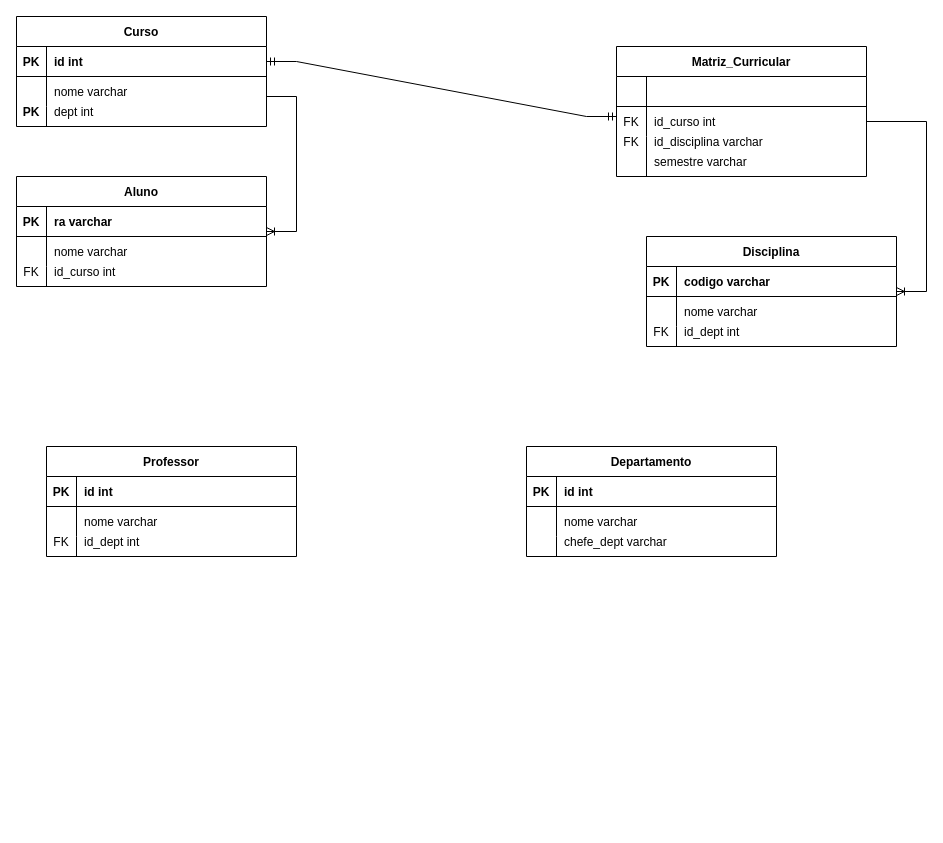
Earlier version of the draw.io diagram Relational Diagram.drawio (luiggigarcia/Academic_Database_UniversityModel). Source tidied: cells renumbered, new cells numbered last; positions are measured from the earlier drawing's top-left corner, leaving out a move shared by most shapes. Both pictures are drawn from the tidied source at 100%, with x=0, y=0 at pixel (16, 16).
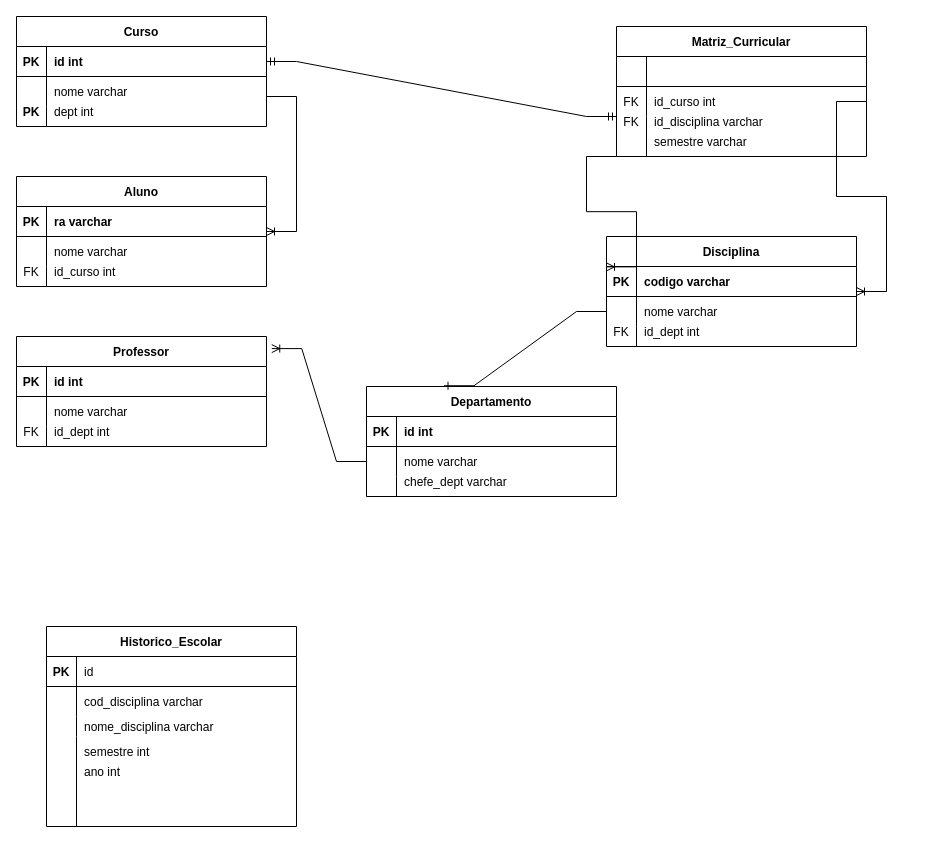
The same diagram, later.

Unchanged cells that the change refers to:
```xml
<mxCell id="15" style="shape=partialRectangle;fillColor=none;points=[[0,0.5],[1,0.5]];portConstraint=eastwest;top=0;left=0;right=0;bottom=0;" parent="11" vertex="1">
  <mxGeometry y="60" width="250" height="30" as="geometry" />
</mxCell>
<mxCell id="21" style="shape=partialRectangle;fillColor=none;points=[[0,0.5],[1,0.5]];portConstraint=eastwest;top=0;left=0;right=0;bottom=1;" parent="20" vertex="1">
  <mxGeometry y="30" width="250" height="30" as="geometry" />
</mxCell>
<mxCell id="24" style="shape=partialRectangle;fillColor=none;points=[[0,0.5],[1,0.5]];portConstraint=eastwest;top=0;left=0;right=0;bottom=0;" parent="20" vertex="1">
  <mxGeometry y="60" width="250" height="30" as="geometry" />
</mxCell>
```

Diff of the diagram source:
```diff
@@
     <mxCell id="11" value="Departamento" style="shape=table;startSize=30;childLayout=tableLayout;rowLines=0;fontStyle=1;align=center;" parent="1" vertex="1">
-      <mxGeometry x="510" y="430" width="250" height="110" as="geometry" />
+      <mxGeometry x="350" y="370" width="250" height="110" as="geometry" />
     </mxCell>
@@
     <mxCell id="18" style="endArrow=none;html=1;rounded=0;" parent="1" edge="1">
       <mxGeometry relative="1" as="geometry">
-        <mxPoint x="540" y="540" as="sourcePoint" />
-        <mxPoint x="540" y="520" as="targetPoint" />
+        <mxPoint x="380" y="480" as="sourcePoint" />
+        <mxPoint x="380" y="460" as="targetPoint" />
       </mxGeometry>
     </mxCell>
     <mxCell id="19" value="chefe_dept varchar" style="shape=partialRectangle;overflow=hidden;fillColor=none;top=0;left=0;bottom=0;right=0;align=left;spacingLeft=6;" parent="1" vertex="1">
-      <mxGeometry x="540" y="510" width="220" height="30" as="geometry" />
+      <mxGeometry x="380" y="450" width="220" height="30" as="geometry" />
     </mxCell>
     <mxCell id="20" value="Disciplina" style="shape=table;startSize=30;childLayout=tableLayout;rowLines=0;fontStyle=1;align=center;" parent="1" vertex="1">
-      <mxGeometry x="630" y="220" width="250" height="110" as="geometry" />
+      <mxGeometry x="590" y="220" width="250" height="110" as="geometry" />
     </mxCell>
@@
     <mxCell id="27" style="endArrow=none;html=1;rounded=0;" parent="1" edge="1">
       <mxGeometry relative="1" as="geometry">
-        <mxPoint x="660" y="330" as="sourcePoint" />
-        <mxPoint x="660" y="310" as="targetPoint" />
+        <mxPoint x="620" y="330" as="sourcePoint" />
+        <mxPoint x="620" y="310" as="targetPoint" />
       </mxGeometry>
     </mxCell>
     <mxCell id="28" value="id_dept int" style="shape=partialRectangle;overflow=hidden;fillColor=none;top=0;left=0;bottom=0;right=0;align=left;spacingLeft=6;" parent="1" vertex="1">
-      <mxGeometry x="660" y="300" width="220" height="30" as="geometry" />
+      <mxGeometry x="620" y="300" width="220" height="30" as="geometry" />
     </mxCell>
     <mxCell id="29" value="FK" style="shape=partialRectangle;overflow=hidden;fillColor=none;top=0;left=0;bottom=0;right=0;" parent="1" vertex="1">
-      <mxGeometry x="630" y="300" width="30" height="30" as="geometry" />
+      <mxGeometry x="590" y="300" width="30" height="30" as="geometry" />
     </mxCell>
     <mxCell id="30" value="Matriz_Curricular" style="shape=table;startSize=30;childLayout=tableLayout;rowLines=0;fontStyle=1;align=center;" parent="1" vertex="1">
-      <mxGeometry x="600" y="30" width="250" height="130" as="geometry" />
+      <mxGeometry x="600" y="10" width="250" height="130" as="geometry" />
     </mxCell>
@@
     <mxCell id="37" style="endArrow=none;html=1;rounded=0;" parent="1" edge="1">
       <mxGeometry relative="1" as="geometry">
-        <mxPoint x="630" y="160" as="sourcePoint" />
-        <mxPoint x="630" y="120" as="targetPoint" />
+        <mxPoint x="630" y="140" as="sourcePoint" />
+        <mxPoint x="630" y="100" as="targetPoint" />
       </mxGeometry>
     </mxCell>
     <mxCell id="38" value="id_disciplina varchar" style="shape=partialRectangle;overflow=hidden;fillColor=none;top=0;left=0;bottom=0;right=0;align=left;spacingLeft=6;" parent="1" vertex="1">
-      <mxGeometry x="630" y="110" width="220" height="30" as="geometry" />
+      <mxGeometry x="630" y="90" width="220" height="30" as="geometry" />
     </mxCell>
     <mxCell id="39" value="semestre varchar" style="shape=partialRectangle;overflow=hidden;fillColor=none;top=0;left=0;bottom=0;right=0;align=left;spacingLeft=6;" parent="1" vertex="1">
-      <mxGeometry x="630" y="130" width="220" height="30" as="geometry" />
+      <mxGeometry x="630" y="110" width="220" height="30" as="geometry" />
     </mxCell>
     <mxCell id="40" value="FK" style="shape=partialRectangle;overflow=hidden;fillColor=none;top=0;left=0;bottom=0;right=0;" parent="1" vertex="1">
-      <mxGeometry x="600" y="110" width="30" height="30" as="geometry" />
+      <mxGeometry x="600" y="90" width="30" height="30" as="geometry" />
     </mxCell>
@@
     <mxCell id="53" value="Professor" style="shape=table;startSize=30;childLayout=tableLayout;rowLines=0;fontStyle=1;align=center;" parent="1" vertex="1">
-      <mxGeometry x="30" y="430" width="250" height="110" as="geometry" />
+      <mxGeometry y="320" width="250" height="110" as="geometry" />
     </mxCell>
@@
     <mxCell id="60" style="endArrow=none;html=1;rounded=0;" parent="1" edge="1">
       <mxGeometry relative="1" as="geometry">
-        <mxPoint x="60" y="540" as="sourcePoint" />
-        <mxPoint x="60" y="520" as="targetPoint" />
+        <mxPoint x="30" y="430" as="sourcePoint" />
+        <mxPoint x="30" y="410" as="targetPoint" />
       </mxGeometry>
     </mxCell>
     <mxCell id="61" value="id_dept int" style="shape=partialRectangle;overflow=hidden;fillColor=none;top=0;left=0;bottom=0;right=0;align=left;spacingLeft=6;" parent="1" vertex="1">
-      <mxGeometry x="60" y="510" width="220" height="30" as="geometry" />
+      <mxGeometry x="30" y="400" width="220" height="30" as="geometry" />
     </mxCell>
     <mxCell id="62" value="FK" style="shape=partialRectangle;overflow=hidden;fillColor=none;top=0;left=0;bottom=0;right=0;" parent="1" vertex="1">
-      <mxGeometry x="30" y="510" width="30" height="30" as="geometry" />
+      <mxGeometry y="400" width="30" height="30" as="geometry" />
     </mxCell>
     <mxCell id="63" value="PK" style="shape=partialRectangle;overflow=hidden;fillColor=none;top=0;left=0;bottom=0;right=0;fontStyle=1;" parent="1" vertex="1">
-      <mxGeometry x="30" y="460" width="30" height="30" as="geometry" />
+      <mxGeometry y="350" width="30" height="30" as="geometry" />
     </mxCell>
     <mxCell id="64" value="id int" style="shape=partialRectangle;overflow=hidden;fillColor=none;top=0;left=0;bottom=0;right=0;align=left;spacingLeft=6;fontStyle=1;" parent="1" vertex="1">
-      <mxGeometry x="60" y="460" width="220" height="30" as="geometry" />
+      <mxGeometry x="30" y="350" width="220" height="30" as="geometry" />
     </mxCell>
@@
+    <mxCell id="69" style="edgeStyle=entityRelationEdgeStyle;fontSize=12;html=1;endArrow=ERoneToMany;rounded=0;exitX=0;exitY=0.5;exitDx=0;exitDy=0;entryX=1.021;entryY=0.11;entryDx=0;entryDy=0;entryPerimeter=0;" parent="1" edge="1" source="15" target="53">
+      <mxGeometry relative="1" as="geometry" />
+    </mxCell>
+    <mxCell id="70" style="edgeStyle=entityRelationEdgeStyle;fontSize=12;html=1;endArrow=ERone;endFill=1;rounded=0;entryX=0.31;entryY=-0.007;entryDx=0;entryDy=0;entryPerimeter=0;exitX=0;exitY=0.5;exitDx=0;exitDy=0;" parent="1" edge="1" source="24" target="11">
+      <mxGeometry relative="1" as="geometry" />
+    </mxCell>
+    <mxCell id="71" style="edgeStyle=entityRelationEdgeStyle;fontSize=12;html=1;endArrow=ERoneToMany;rounded=0;entryX=0;entryY=0.012;entryDx=0;entryDy=0;entryPerimeter=0;exitX=0;exitY=1;exitDx=0;exitDy=0;" parent="1" edge="1" source="30" target="21">
+      <mxGeometry relative="1" as="geometry" />
+    </mxCell>
+    <mxCell id="72" value="Historico_Escolar" style="shape=table;startSize=30;childLayout=tableLayout;rowLines=0;fontStyle=1;align=center;" parent="1" vertex="1">
+      <mxGeometry x="30" y="610" width="250" height="200" as="geometry" />
+    </mxCell>
+    <mxCell id="73" style="shape=partialRectangle;fillColor=none;top=0;left=0;right=0;bottom=1;" parent="72" vertex="1">
+      <mxGeometry y="30" width="250" height="30" as="geometry" />
+    </mxCell>
+    <mxCell id="74" style="shape=partialRectangle;overflow=hidden;fillColor=none;top=0;left=0;bottom=0;right=0;fontStyle=1;" parent="73" vertex="1">
+      <mxGeometry width="30" height="30" as="geometry" />
+    </mxCell>
+    <mxCell id="75" style="shape=partialRectangle;overflow=hidden;fillColor=none;top=0;left=0;bottom=0;right=0;align=left;spacingLeft=6;fontStyle=1;" parent="73" vertex="1">
+      <mxGeometry x="30" width="220" height="30" as="geometry" />
+    </mxCell>
+    <mxCell id="76" style="shape=partialRectangle;fillColor=none;top=0;left=0;right=0;bottom=0;" parent="72" vertex="1">
+      <mxGeometry y="60" width="250" height="30" as="geometry" />
+    </mxCell>
+    <mxCell id="77" style="shape=partialRectangle;overflow=hidden;fillColor=none;top=0;left=0;bottom=0;right=0;" parent="76" vertex="1">
+      <mxGeometry width="30" height="30" as="geometry" />
+    </mxCell>
+    <mxCell id="78" value="cod_disciplina varchar" style="shape=partialRectangle;overflow=hidden;fillColor=none;top=0;left=0;bottom=0;right=0;align=left;spacingLeft=6;" parent="76" vertex="1">
+      <mxGeometry x="30" width="220" height="30" as="geometry" />
+    </mxCell>
+    <mxCell id="79" style="endArrow=none;html=1;rounded=0;" parent="1" edge="1">
+      <mxGeometry relative="1" as="geometry">
+        <mxPoint x="60" y="720" as="sourcePoint" />
+        <mxPoint x="60" y="700" as="targetPoint" />
+      </mxGeometry>
+    </mxCell>
+    <mxCell id="80" value="nome_disciplina varchar" style="shape=partialRectangle;overflow=hidden;fillColor=none;top=0;left=0;bottom=0;right=0;align=left;spacingLeft=6;" parent="1" vertex="1">
+      <mxGeometry x="60" y="695" width="220" height="30" as="geometry" />
+    </mxCell>
+    <mxCell id="81" style="endArrow=none;html=1;rounded=0;" parent="1" edge="1">
+      <mxGeometry relative="1" as="geometry">
+        <mxPoint x="60" y="810" as="sourcePoint" />
+        <mxPoint x="60" y="720" as="targetPoint" />
+      </mxGeometry>
+    </mxCell>
+    <mxCell id="82" value="semestre int" style="shape=partialRectangle;overflow=hidden;fillColor=none;top=0;left=0;bottom=0;right=0;align=left;spacingLeft=6;" parent="1" vertex="1">
+      <mxGeometry x="60" y="720" width="220" height="30" as="geometry" />
+    </mxCell>
+    <mxCell id="83" value="ano int" style="shape=partialRectangle;overflow=hidden;fillColor=none;top=0;left=0;bottom=0;right=0;align=left;spacingLeft=6;" parent="1" vertex="1">
+      <mxGeometry x="60" y="740" width="220" height="30" as="geometry" />
+    </mxCell>
+    <mxCell id="84" value="id" style="shape=partialRectangle;overflow=hidden;fillColor=none;top=0;left=0;bottom=0;right=0;align=left;spacingLeft=6;" parent="1" vertex="1">
+      <mxGeometry x="60" y="640" width="220" height="30" as="geometry" />
+    </mxCell>
+    <mxCell id="85" value="PK" style="shape=partialRectangle;overflow=hidden;fillColor=none;top=0;left=0;bottom=0;right=0;fontStyle=1;" parent="1" vertex="1">
+      <mxGeometry x="30" y="640" width="30" height="30" as="geometry" />
+    </mxCell>
```
